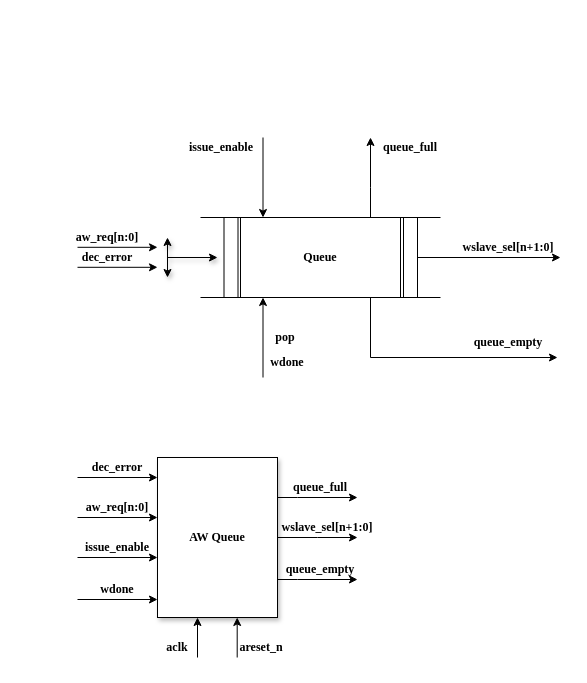
Earlier version of the draw.io diagram page "AW Queue" (4 of 11) of VG_AxiBus/Doc/axi4_ver0.2.drawio (nguyenquanicd/VG_RTL). Source tidied: cells renumbered, new cells numbered last; positions are measured from the earlier drawing's top-left corner, leaving out a move shared by most shapes. Both pictures are drawn from the tidied source at 100%, with x=0, y=0 at pixel (77, 137).
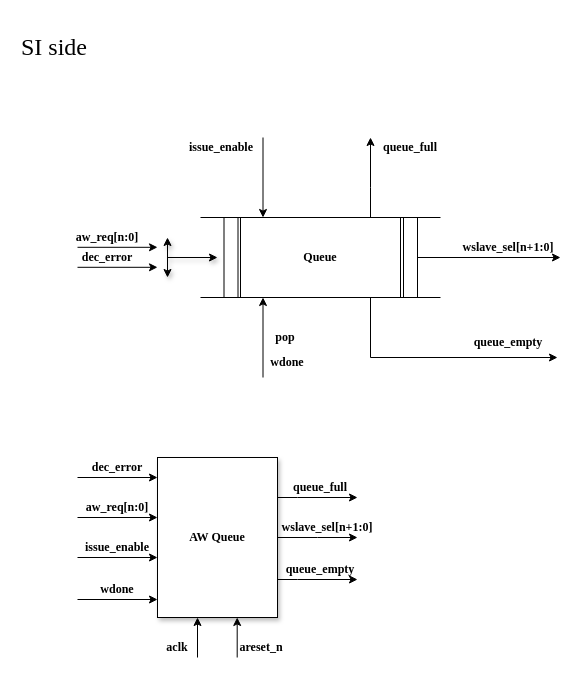
Above is the later version.

What changed in the source:
```diff
@@
+    <mxCell id="43" value="&lt;h1&gt;&lt;font face=&quot;Times New Roman&quot;&gt;&lt;span style=&quot;font-weight: normal&quot;&gt;SI side&lt;/span&gt;&lt;br&gt;&lt;/font&gt;&lt;/h1&gt;&lt;p&gt;&lt;font face=&quot;Times New Roman&quot;&gt;&lt;br&gt;&lt;/font&gt;&lt;/p&gt;" style="text;html=1;strokeColor=none;fillColor=none;spacing=5;spacingTop=-20;whiteSpace=wrap;overflow=hidden;rounded=0;" parent="1" vertex="1">
+      <mxGeometry x="-60.9" y="-110" width="90" height="50" as="geometry" />
+    </mxCell>
```
